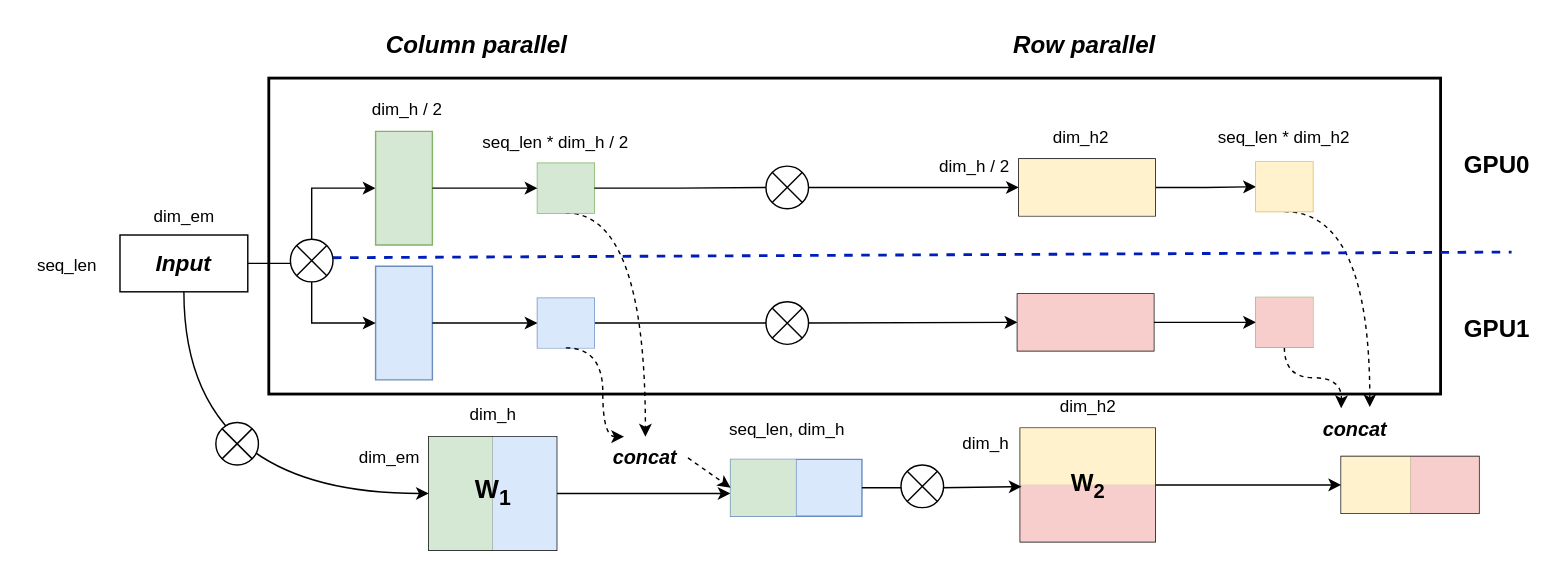
Above: assets/tp.drawio in ShizhongP/dl-notes (draw.io), before the change. Source tidied: cells renumbered, new cells numbered last; positions are measured from the earlier drawing's top-left corner, leaving out a move shared by most shapes. Both pictures are drawn from the tidied source at 142%, with x=0, y=0 at pixel (23, 24).
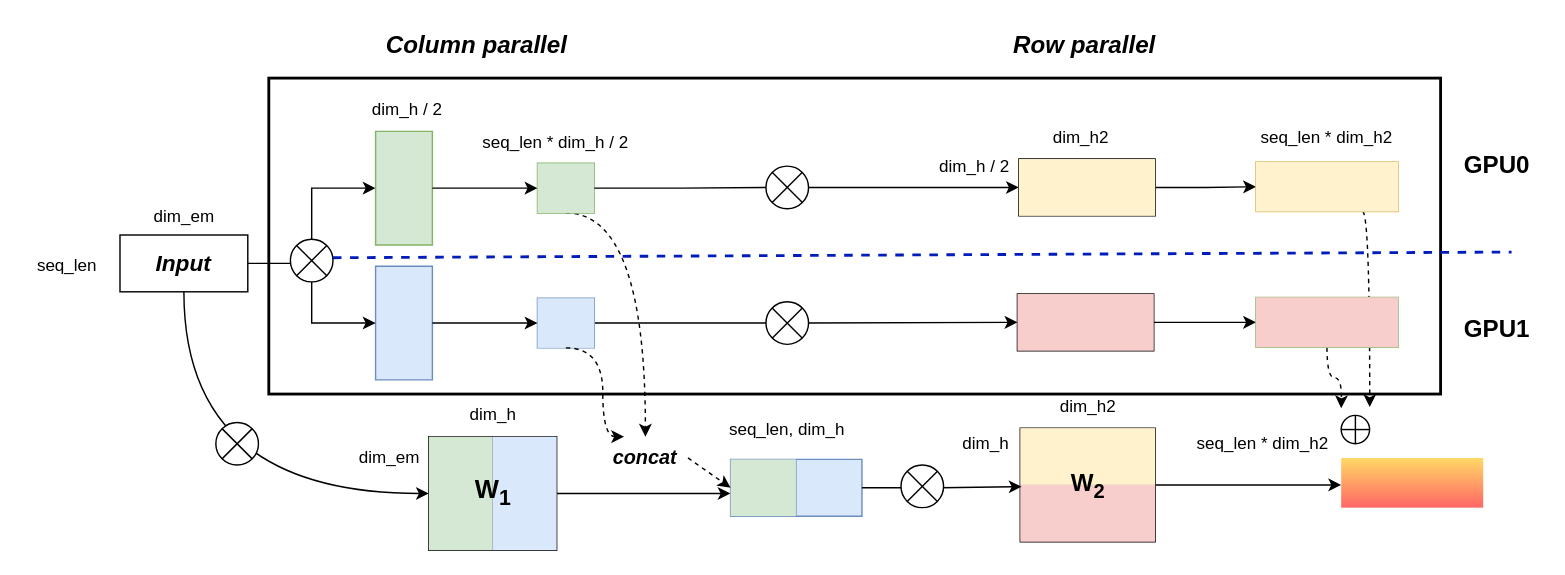
The same page after the edit.

The change refers to these unchanged cells:
```xml
<mxCell id="45" style="shape=table;startSize=0;childLayout=tableLayout;" parent="1" vertex="1">
  <mxGeometry x="702" y="284" width="95" height="80" as="geometry" />
</mxCell>
```

Diff of the diagram source:
```diff
@@
-    <mxCell id="44" style="edgeStyle=orthogonalEdgeStyle;rounded=0;jettySize=auto;html=1;exitX=1;exitY=0.5;exitDx=0;exitDy=0;" parent="1" edge="1" source="45" target="80">
-      <mxGeometry relative="1" as="geometry" />
+    <mxCell id="44" style="edgeStyle=orthogonalEdgeStyle;rounded=0;jettySize=auto;html=1;exitX=1;exitY=0.5;exitDx=0;exitDy=0;" parent="1" edge="1" source="45">
+      <mxGeometry relative="1" as="geometry">
+        <mxPoint x="928" y="324" as="targetPoint" />
+      </mxGeometry>
     </mxCell>
@@
-    <mxCell id="70" style="edgeStyle=orthogonalEdgeStyle;rounded=0;jettySize=auto;html=1;exitX=0.5;exitY=1;exitDx=0;exitDy=0;dashed=1;curved=1;entryX=0.669;entryY=-0.027;entryDx=0;entryDy=0;entryPerimeter=0;" parent="1" edge="1" source="71" target="83">
+    <mxCell id="70" style="edgeStyle=orthogonalEdgeStyle;rounded=0;jettySize=auto;html=1;exitX=0.75;exitY=1;exitDx=0;exitDy=0;dashed=1;curved=1;entryX=0.669;entryY=-0.027;entryDx=0;entryDy=0;entryPerimeter=0;" parent="1" edge="1" source="71">
       <mxGeometry relative="1" as="geometry">
+        <mxPoint x="948.1" y="269.2" as="targetPoint" />
         <Array as="points">
           <mxPoint x="948" y="131" />
         </Array>
       </mxGeometry>
     </mxCell>
     <mxCell id="71" style="shape=table;startSize=0;childLayout=tableLayout;fillColor=#fff2cc;strokeColor=#d6b656;" parent="1" vertex="1">
-      <mxGeometry x="868" y="96.5" width="40" height="35" as="geometry" />
+      <mxGeometry x="868" y="96.5" width="100" height="35" as="geometry" />
     </mxCell>
     <mxCell id="72" style="shape=tableRow;horizontal=0;startSize=0;swimlaneHead=0;swimlaneBody=0;strokeColor=inherit;top=0;left=0;bottom=0;right=0;fillColor=none;points=[[0,0.5],[1,0.5]];portConstraint=eastwest;" parent="71" vertex="1">
-      <mxGeometry width="40" height="35" as="geometry" />
+      <mxGeometry width="100" height="35" as="geometry" />
     </mxCell>
     <mxCell id="73" style="shape=partialRectangle;html=1;whiteSpace=wrap;strokeColor=#d6b656;overflow=hidden;fillColor=#fff2cc;top=0;left=0;bottom=0;right=0;" parent="72" vertex="1">
-      <mxGeometry width="40" height="35" as="geometry" />
+      <mxGeometry width="100" height="35" as="geometry" />
     </mxCell>
@@
     <mxCell id="75" style="shape=table;startSize=0;childLayout=tableLayout;fillColor=#d5e8d4;strokeColor=#82b366;" parent="1" vertex="1">
-      <mxGeometry x="868" y="192" width="40" height="35" as="geometry" />
+      <mxGeometry x="868" y="192" width="100" height="35" as="geometry" />
     </mxCell>
     <mxCell id="76" style="shape=tableRow;horizontal=0;startSize=0;swimlaneHead=0;swimlaneBody=0;strokeColor=#b85450;top=0;left=0;bottom=0;right=0;fillColor=#f8cecc;points=[[0,0.5],[1,0.5]];portConstraint=eastwest;" parent="75" vertex="1">
-      <mxGeometry width="40" height="35" as="geometry" />
+      <mxGeometry width="100" height="35" as="geometry" />
     </mxCell>
     <mxCell id="77" style="shape=partialRectangle;html=1;whiteSpace=wrap;strokeColor=#b85450;overflow=hidden;fillColor=#f8cecc;top=0;left=0;bottom=0;right=0;" parent="76" vertex="1">
-      <mxGeometry width="40" height="35" as="geometry" />
+      <mxGeometry width="100" height="35" as="geometry" />
     </mxCell>
     <mxCell id="78" value="seq_len * dim_h2" style="text;html=1;align=center;verticalAlign=middle;whiteSpace=wrap;rounded=0;" parent="1" vertex="1">
-      <mxGeometry x="833" y="64.5" width="110" height="30" as="geometry" />
+      <mxGeometry x="863" y="64.5" width="110" height="30" as="geometry" />
     </mxCell>
-    <mxCell id="79" style="shape=table;startSize=0;childLayout=tableLayout;" parent="1" vertex="1">
-      <mxGeometry x="928" y="304" width="97" height="40" as="geometry" />
-    </mxCell>
-    <mxCell id="80" style="shape=tableRow;horizontal=0;startSize=0;swimlaneHead=0;swimlaneBody=0;strokeColor=inherit;top=0;left=0;bottom=0;right=0;fillColor=none;points=[[0,0.5],[1,0.5]];portConstraint=eastwest;" parent="79" vertex="1">
-      <mxGeometry width="97" height="40" as="geometry" />
-    </mxCell>
-    <mxCell id="81" style="shape=partialRectangle;html=1;whiteSpace=wrap;strokeColor=#d6b656;overflow=hidden;fillColor=#fff2cc;top=0;left=0;bottom=0;right=0;" parent="80" vertex="1">
-      <mxGeometry width="49" height="40" as="geometry" />
-    </mxCell>
-    <mxCell id="82" style="shape=partialRectangle;html=1;whiteSpace=wrap;strokeColor=#b85450;overflow=hidden;fillColor=#f8cecc;top=0;left=0;bottom=0;right=0;" parent="80" vertex="1">
-      <mxGeometry x="49" width="48" height="40" as="geometry" />
-    </mxCell>
-    <mxCell id="83" value="&lt;b&gt;&lt;i&gt;&lt;font style=&quot;font-size: 14px;&quot;&gt;concat&lt;/font&gt;&lt;/i&gt;&lt;/b&gt;" style="text;html=1;align=center;verticalAlign=middle;whiteSpace=wrap;rounded=0;" parent="1" vertex="1">
-      <mxGeometry x="908" y="270" width="60" height="30" as="geometry" />
-    </mxCell>
@@
+    <mxCell id="89" style="shape=orEllipse;perimeter=ellipsePerimeter;whiteSpace=wrap;html=1;backgroundOutline=1;" parent="1" vertex="1">
+      <mxGeometry x="928" y="275" width="20" height="20" as="geometry" />
+    </mxCell>
+    <mxCell id="90" style="shape=partialRectangle;html=1;whiteSpace=wrap;strokeColor=#d6b656;overflow=hidden;fillColor=#FFD966;top=0;left=0;bottom=0;right=0;gradientColor=#FF6666;gradientDirection=south;" parent="1" vertex="1">
+      <mxGeometry x="928" y="305" width="100" height="35" as="geometry" />
+    </mxCell>
+    <mxCell id="91" value="seq_len * dim_h2" style="text;html=1;align=center;verticalAlign=middle;whiteSpace=wrap;rounded=0;" parent="1" vertex="1">
+      <mxGeometry x="818" y="280" width="110" height="30" as="geometry" />
+    </mxCell>
```
